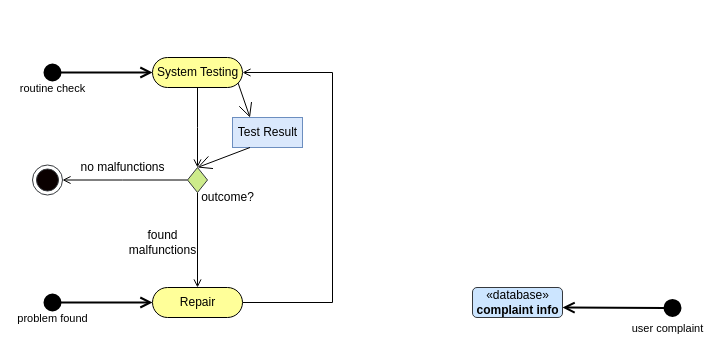
The draw.io diagram page "Support Activity" (2 of 2) of test Diagram.drawio in Itaybarbar/myProject, before the edit. Source tidied: cells renumbered, new cells numbered last; positions are measured from the earlier drawing's top-left corner, leaving out a move shared by most shapes. Both pictures are drawn from the tidied source at 100%, with x=0, y=0 at pixel (32, 57).
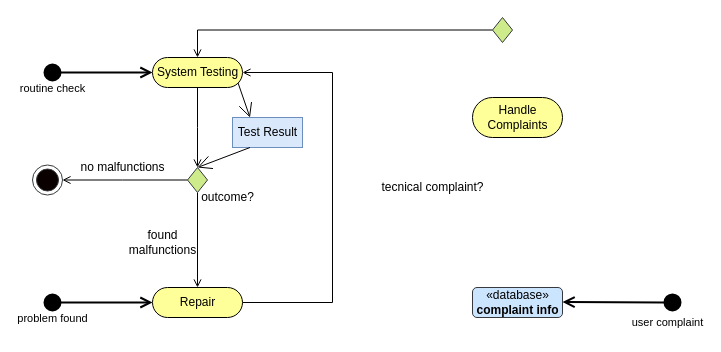
Above is the later version.

The change refers to these unchanged cells:
```xml
<mxCell id="10" value="System Testing" style="html=1;dashed=0;whitespace=wrap;shape=mxgraph.dfd.start;shadow=0;glass=0;labelBackgroundColor=#FFFF99;sketch=0;strokeWidth=1;fillColor=#FFFF99;" parent="1" vertex="1">
  <mxGeometry x="120" width="90" height="30" as="geometry" />
</mxCell>
```

Change to the diagram source:
```diff
@@
     <mxCell id="6" style="html=1;verticalAlign=bottom;startArrow=circle;startFill=10;endArrow=open;startSize=6;endSize=8;rounded=0;strokeWidth=2;" parent="1" edge="1">
       <mxGeometry x="-0.75" y="-30" relative="1" as="geometry">
-        <mxPoint x="650" y="250.5" as="sourcePoint" />
-        <mxPoint x="530" y="250" as="targetPoint" />
+        <mxPoint x="650" y="245" as="sourcePoint" />
+        <mxPoint x="530" y="244.5" as="targetPoint" />
       </mxGeometry>
     </mxCell>
@@
+    <mxCell id="23" value="Handle &lt;br&gt;Complaints" style="html=1;dashed=0;whitespace=wrap;shape=mxgraph.dfd.start;shadow=0;glass=0;labelBackgroundColor=#FFFF99;sketch=0;strokeWidth=1;fillColor=#FFFF99;" parent="1" vertex="1">
+      <mxGeometry x="440" y="40" width="90" height="40" as="geometry" />
+    </mxCell>
+    <mxCell id="24" style="edgeStyle=orthogonalEdgeStyle;rounded=0;jumpSize=5;jettySize=auto;html=1;exitX=0;exitY=0.5;exitDx=0;exitDy=0;exitPerimeter=0;startArrow=none;startFill=0;endArrow=open;endFill=0;sourcePerimeterSpacing=16;strokeWidth=1;entryX=0.5;entryY=0.5;entryDx=0;entryDy=-15;entryPerimeter=0;" parent="1" edge="1" source="25" target="10">
+      <mxGeometry relative="1" as="geometry" />
+    </mxCell>
+    <mxCell id="25" style="strokeWidth=1;html=1;shape=mxgraph.flowchart.decision;whiteSpace=wrap;fillColor=#cdeb8b;strokeColor=#36393d;" parent="1" vertex="1">
+      <mxGeometry x="460" y="-40" width="20" height="25" as="geometry" />
+    </mxCell>
+    <mxCell id="26" value="tecnical complaint?" style="text;html=1;align=center;verticalAlign=middle;strokeColor=none;fillColor=none;" parent="1" vertex="1">
+      <mxGeometry x="340" y="120" width="120" height="20" as="geometry" />
+    </mxCell>
```
